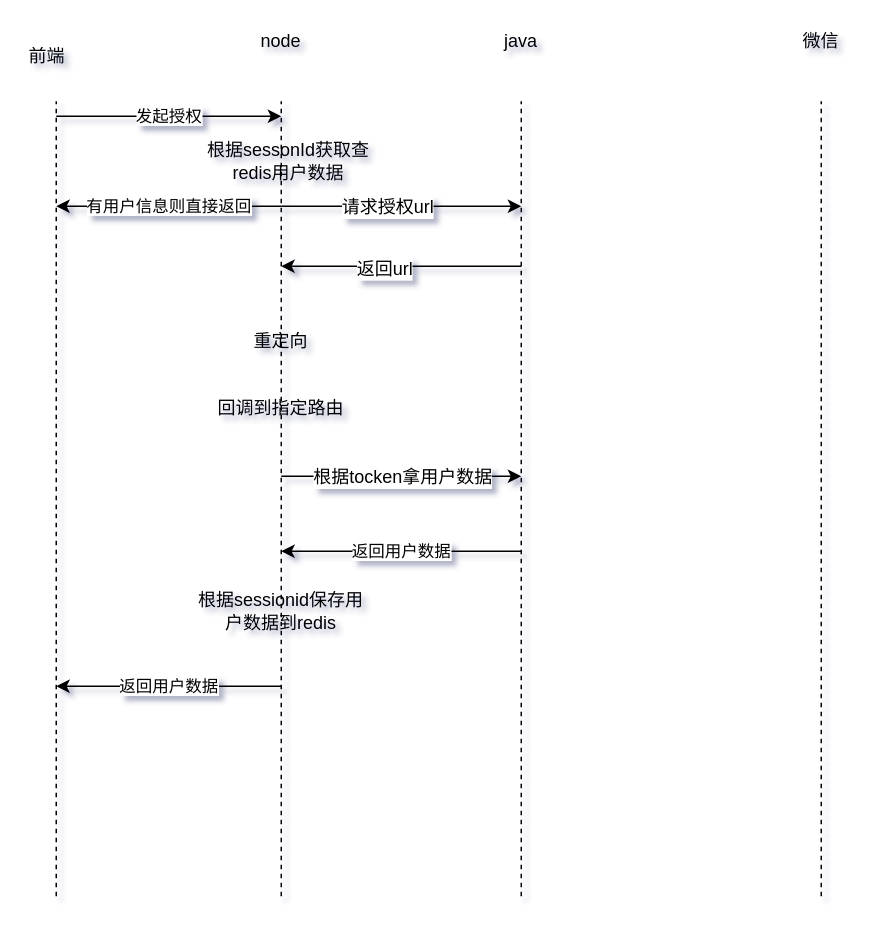
The draw.io diagram 未命名表单.drawio in HelloWorld20/drawIoBank, before the edit. Source tidied: cells renumbered, new cells numbered last; positions are measured from the earlier drawing's top-left corner, leaving out a move shared by most shapes. Both pictures are drawn from the tidied source at 150%, with x=0, y=0 at pixel (26, 26).
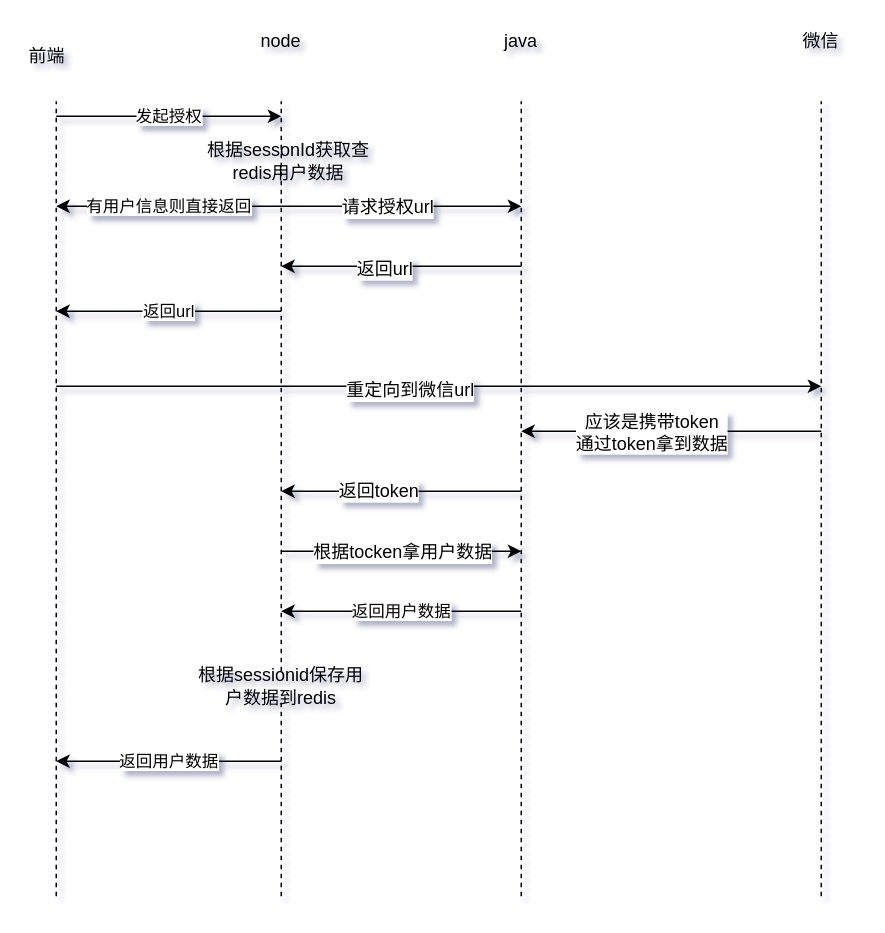
Above is the later version.

Commit message:
微信H5授权登录时序图.drawio

The edit, as a diff of the source:
```diff
@@
-    <mxCell id="3" style="endArrow=none;dashed=1;html=1;" parent="1" edge="1">
+    <mxCell id="3" style="endArrow=none;dashed=1;html=1;" parent="1" edge="1" source="22">
       <mxGeometry relative="1" as="geometry">
-        <mxPoint x="170" y="580" as="sourcePoint" />
         <mxPoint x="170" y="50" as="targetPoint" />
       </mxGeometry>
     </mxCell>
@@
-    <mxCell id="17" value="重定向" style="text;html=1;strokeColor=none;fillColor=none;align=center;verticalAlign=middle;whiteSpace=wrap;rounded=0;" parent="1" vertex="1">
-      <mxGeometry x="150" y="200" width="40" height="20" as="geometry" />
-    </mxCell>
-    <mxCell id="18" value="回调到指定路由" style="text;html=1;strokeColor=none;fillColor=none;align=center;verticalAlign=middle;whiteSpace=wrap;rounded=0;" parent="1" vertex="1">
-      <mxGeometry x="110" y="250" width="120" height="10" as="geometry" />
-    </mxCell>
     <mxCell id="19" style="endArrow=classic;html=1;" parent="1" edge="1">
       <mxGeometry relative="1" as="geometry">
-        <mxPoint x="170" y="300" as="sourcePoint" />
-        <mxPoint x="330" y="300" as="targetPoint" />
+        <mxPoint x="170" y="350" as="sourcePoint" />
+        <mxPoint x="330" y="350" as="targetPoint" />
       </mxGeometry>
     </mxCell>
@@
     <mxCell id="21" value="返回用户数据" style="endArrow=classic;html=1;" parent="1" edge="1">
       <mxGeometry relative="1" as="geometry">
-        <mxPoint x="330" y="350" as="sourcePoint" />
-        <mxPoint x="170" y="350" as="targetPoint" />
+        <mxPoint x="330" y="390" as="sourcePoint" />
+        <mxPoint x="170" y="390" as="targetPoint" />
       </mxGeometry>
     </mxCell>
+    <mxCell id="23" value="返回用户数据" style="endArrow=classic;html=1;" parent="1" edge="1">
+      <mxGeometry relative="1" as="geometry">
+        <mxPoint x="170" y="490" as="sourcePoint" />
+        <mxPoint x="20" y="490" as="targetPoint" />
+      </mxGeometry>
+    </mxCell>
+    <mxCell id="24" value="返回url" style="endArrow=classic;html=1;" parent="1" edge="1">
+      <mxGeometry relative="1" as="geometry">
+        <mxPoint x="170" y="190" as="sourcePoint" />
+        <mxPoint x="20" y="190" as="targetPoint" />
+      </mxGeometry>
+    </mxCell>
+    <mxCell id="25" style="endArrow=classic;html=1;" parent="1" edge="1">
+      <mxGeometry relative="1" as="geometry">
+        <mxPoint x="20" y="240" as="sourcePoint" />
+        <mxPoint x="530" y="240" as="targetPoint" />
+      </mxGeometry>
+    </mxCell>
+    <mxCell id="26" style="text;html=1;align=center;verticalAlign=middle;labelBackgroundColor=#ffffff;" parent="25" vertex="1">
+      <mxGeometry x="-0.04" y="3" relative="1" as="geometry" />
+    </mxCell>
+    <mxCell id="27" style="text;html=1;align=center;verticalAlign=middle;labelBackgroundColor=#ffffff;" parent="25" vertex="1">
+      <mxGeometry x="-0.06" y="1" relative="1" as="geometry" />
+    </mxCell>
+    <mxCell id="28" value="重定向到微信url" style="text;html=1;align=center;verticalAlign=middle;labelBackgroundColor=#ffffff;" parent="25" vertex="1">
+      <mxGeometry x="-0.08" y="-2" relative="1" as="geometry" />
+    </mxCell>
+    <mxCell id="29" style="endArrow=classic;html=1;" parent="1" edge="1">
+      <mxGeometry relative="1" as="geometry">
+        <mxPoint x="530" y="270" as="sourcePoint" />
+        <mxPoint x="330" y="270" as="targetPoint" />
+      </mxGeometry>
+    </mxCell>
+    <mxCell id="30" value="应该是携带token&lt;br&gt;通过token拿到数据" style="text;html=1;align=center;verticalAlign=middle;labelBackgroundColor=#ffffff;" parent="29" vertex="1">
+      <mxGeometry x="0.14" relative="1" as="geometry" />
+    </mxCell>
+    <mxCell id="31" style="endArrow=classic;html=1;" parent="1" edge="1">
+      <mxGeometry relative="1" as="geometry">
+        <mxPoint x="330" y="310" as="sourcePoint" />
+        <mxPoint x="170" y="310" as="targetPoint" />
+      </mxGeometry>
+    </mxCell>
+    <mxCell id="32" value="返回token" style="text;html=1;align=center;verticalAlign=middle;labelBackgroundColor=#ffffff;" parent="31" vertex="1">
+      <mxGeometry x="0.2" y="-1" relative="1" as="geometry" />
+    </mxCell>
     <mxCell id="22" value="根据sessionid保存用户数据到redis" style="text;html=1;strokeColor=none;fillColor=none;align=center;verticalAlign=middle;whiteSpace=wrap;rounded=0;" parent="1" vertex="1">
-      <mxGeometry x="110" y="380" width="120" height="20" as="geometry" />
+      <mxGeometry x="110" y="430" width="120" height="20" as="geometry" />
     </mxCell>
-    <mxCell id="23" value="返回用户数据" style="endArrow=classic;html=1;" parent="1" edge="1">
-      <mxGeometry relative="1" as="geometry">
-        <mxPoint x="170" y="440" as="sourcePoint" />
-        <mxPoint x="20" y="440" as="targetPoint" />
-      </mxGeometry>
-    </mxCell>
+    <mxCell id="33" style="endArrow=none;dashed=1;html=1;" parent="1" edge="1" target="22">
+      <mxGeometry relative="1" as="geometry">
+        <mxPoint x="170" y="580" as="sourcePoint" />
+      </mxGeometry>
+    </mxCell>
```
